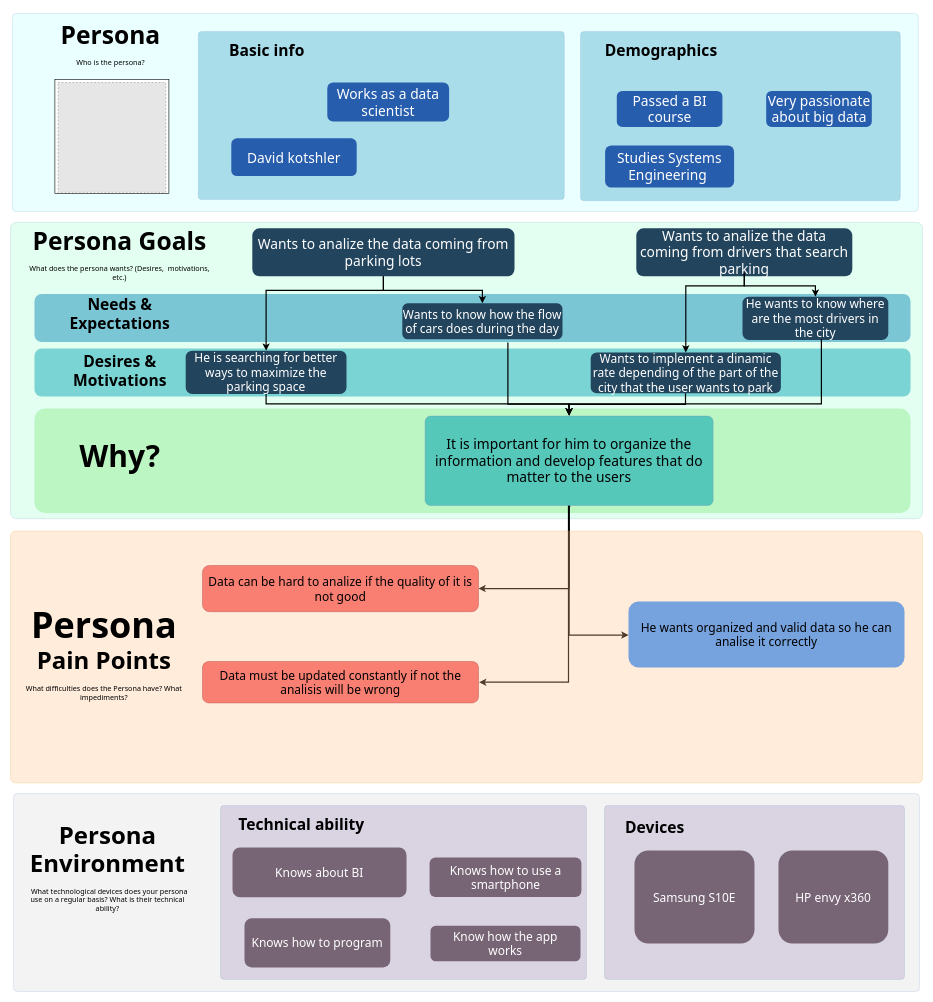
ISIS3510-202320-Team13/Wiki keeps this draw.io diagram as assets/Analyticpersona.drawio. Above is the earlier version. Source tidied: cells renumbered, new cells numbered last; positions are measured from the earlier drawing's top-left corner, leaving out a move shared by most shapes. Both pictures are drawn from the tidied source at 60%, with x=0, y=0 at pixel (10, 13). Pictures stored in the file or linked from it are replaced by grey dashed boxes.
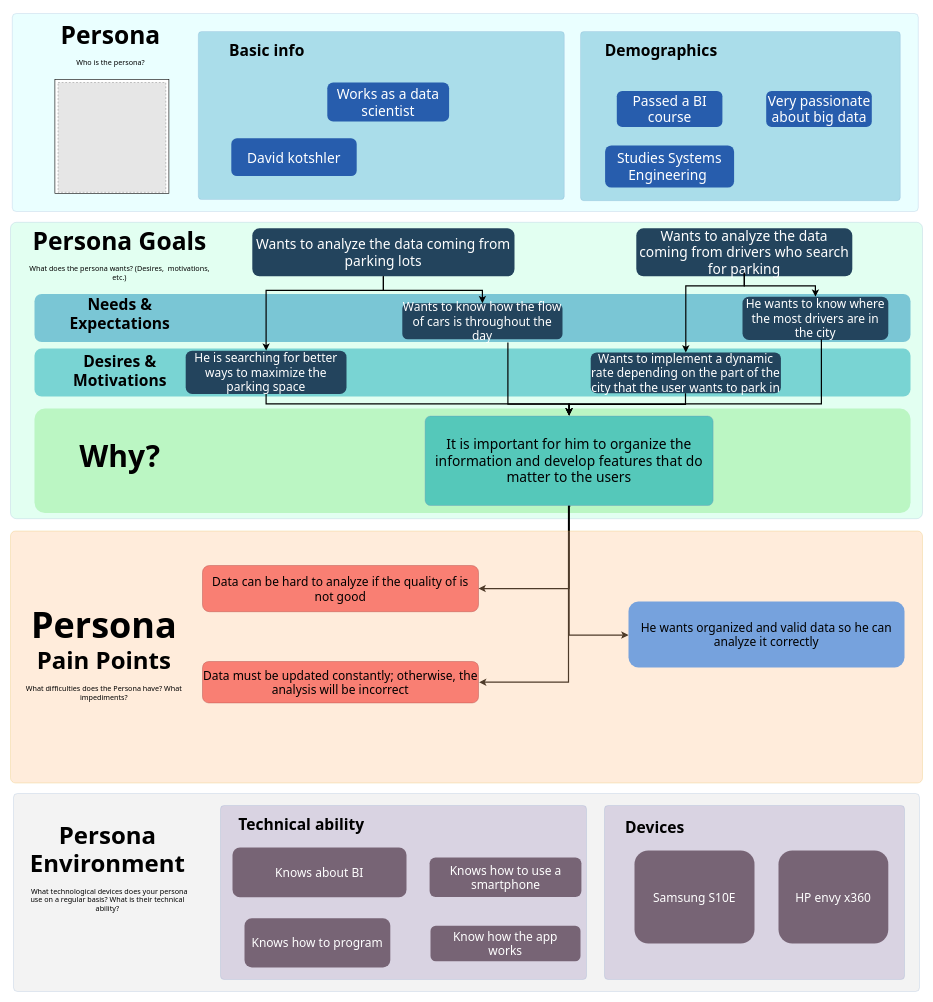
The same diagram, later.

What changed in the source:
```diff
@@
-    <mxCell id="7" value="Wants to analize the data coming from drivers that search parking" style="rounded=1;fillColor=#23445D;gradientColor=none;strokeColor=none;fontColor=#FFFFFF;fontStyle=0;fontFamily=Tahoma;fontSize=23;whiteSpace=wrap;" parent="1" vertex="1">
+    <mxCell id="7" value="Wants to analyze the data coming from drivers who search for parking" style="rounded=1;fillColor=#23445D;gradientColor=none;strokeColor=none;fontColor=#FFFFFF;fontStyle=0;fontFamily=Tahoma;fontSize=23;whiteSpace=wrap;" parent="1" vertex="1">
       <mxGeometry x="1043" y="358" width="360" height="80" as="geometry" />
     </mxCell>
-    <mxCell id="8" value="Wants to analize the data coming from parking lots" style="rounded=1;fillColor=#23445D;gradientColor=none;strokeColor=none;fontColor=#FFFFFF;fontStyle=0;fontFamily=Tahoma;fontSize=23;whiteSpace=wrap;" parent="1" vertex="1">
+    <mxCell id="8" value="Wants to analyze the data coming from parking lots" style="rounded=1;fillColor=#23445D;gradientColor=none;strokeColor=none;fontColor=#FFFFFF;fontStyle=0;fontFamily=Tahoma;fontSize=23;whiteSpace=wrap;" parent="1" vertex="1">
       <mxGeometry x="403" y="358" width="437" height="80" as="geometry" />
     </mxCell>
@@
-    <mxCell id="10" value="Wants to know how the flow of cars does during the day" style="rounded=1;fillColor=#23445D;gradientColor=none;strokeColor=none;fontColor=#FFFFFF;fontStyle=0;fontFamily=Tahoma;fontSize=20;whiteSpace=wrap;" parent="1" vertex="1">
+    <mxCell id="10" value="Wants to know how the flow of cars is throughout the day" style="rounded=1;fillColor=#23445D;gradientColor=none;strokeColor=none;fontColor=#FFFFFF;fontStyle=0;fontFamily=Tahoma;fontSize=20;whiteSpace=wrap;" parent="1" vertex="1">
       <mxGeometry x="653" y="483" width="267" height="60" as="geometry" />
     </mxCell>
-    <mxCell id="11" value="Wants to implement a dinamic rate depending of the part of the city that the user wants to park" style="rounded=1;fillColor=#23445D;gradientColor=none;strokeColor=none;fontColor=#FFFFFF;fontStyle=0;fontFamily=Tahoma;fontSize=20;whiteSpace=wrap;" parent="1" vertex="1">
+    <mxCell id="11" value="Wants to implement a dynamic rate depending on the part of the city that the user wants to park in" style="rounded=1;fillColor=#23445D;gradientColor=none;strokeColor=none;fontColor=#FFFFFF;fontStyle=0;fontFamily=Tahoma;fontSize=20;whiteSpace=wrap;" parent="1" vertex="1">
       <mxGeometry x="967" y="565" width="317" height="68" as="geometry" />
     </mxCell>
-    <mxCell id="12" value="He wants to know where are the most drivers in the city" style="rounded=1;fillColor=#23445D;gradientColor=none;strokeColor=none;fontColor=#FFFFFF;fontStyle=0;fontFamily=Tahoma;fontSize=20;whiteSpace=wrap;" parent="1" vertex="1">
+    <mxCell id="12" value="He wants to know where the most drivers are in the city" style="rounded=1;fillColor=#23445D;gradientColor=none;strokeColor=none;fontColor=#FFFFFF;fontStyle=0;fontFamily=Tahoma;fontSize=20;whiteSpace=wrap;" parent="1" vertex="1">
       <mxGeometry x="1220" y="472" width="243" height="72" as="geometry" />
     </mxCell>
@@
-    <mxCell id="27" value="Data must be updated constantly if not the analisis will be wrong" style="rounded=1;fillColor=#F86459;gradientColor=none;strokeColor=#B85450;fontColor=#000000;fontStyle=0;fontFamily=Tahoma;fontSize=20;whiteSpace=wrap;labelBackgroundColor=none;opacity=80;" parent="1" vertex="1">
+    <mxCell id="27" value="Data must be updated constantly; otherwise, the analysis will be incorrect" style="rounded=1;fillColor=#F86459;gradientColor=none;strokeColor=#B85450;fontColor=#000000;fontStyle=0;fontFamily=Tahoma;fontSize=20;whiteSpace=wrap;labelBackgroundColor=none;opacity=80;" parent="1" vertex="1">
       <mxGeometry x="320" y="1080" width="460" height="69" as="geometry" />
     </mxCell>
-    <mxCell id="28" value="Data can be hard to analize if the quality of it is not good" style="rounded=1;fillColor=#F86459;gradientColor=none;strokeColor=#B85450;fontColor=#000000;fontStyle=0;fontFamily=Tahoma;fontSize=20;whiteSpace=wrap;labelBackgroundColor=none;opacity=80;" parent="1" vertex="1">
+    <mxCell id="28" value="Data can be hard to analyze if the quality of is not good" style="rounded=1;fillColor=#F86459;gradientColor=none;strokeColor=#B85450;fontColor=#000000;fontStyle=0;fontFamily=Tahoma;fontSize=20;whiteSpace=wrap;labelBackgroundColor=none;opacity=80;" parent="1" vertex="1">
       <mxGeometry x="320" y="920" width="460" height="77" as="geometry" />
     </mxCell>
@@
-    <mxCell id="33" value="He wants organized and valid data so he can analise it correctly" style="rounded=1;fillColor=#5490DE;strokeColor=none;fontColor=#000000;fontStyle=0;fontFamily=Tahoma;fontSize=20;whiteSpace=wrap;spacingLeft=10;spacingRight=10;opacity=80;" parent="1" vertex="1">
+    <mxCell id="33" value="He wants organized and valid data so he can analyze it correctly" style="rounded=1;fillColor=#5490DE;strokeColor=none;fontColor=#000000;fontStyle=0;fontFamily=Tahoma;fontSize=20;whiteSpace=wrap;spacingLeft=10;spacingRight=10;opacity=80;" parent="1" vertex="1">
       <mxGeometry x="1030" y="980" width="460" height="110" as="geometry" />
     </mxCell>
```
